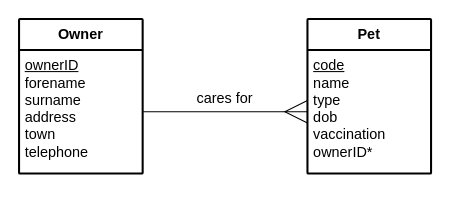
Earlier version of the draw.io diagram page "Owner" (14 of 15) of n5-cs/ddd/N5-DDD-Clydeview/assets/Diagrams/N5 DDD Clydeview.drawio (MrFriendCS/MrFriendCS.github.io). Source tidied: cells renumbered, new cells numbered last; positions are measured from the earlier drawing's top-left corner, leaving out a move shared by most shapes. Both pictures are drawn from the tidied source at 103%, with x=0, y=0 at pixel (19, 19).
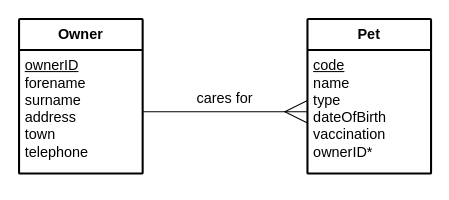
Above is the later version.

What changed in the source:
```diff
@@
 <mxGraphModel>
   <root>
     <mxCell id="0" />
     <mxCell id="1" parent="0" />
     <mxCell id="2" value="&lt;b&gt;Owner&lt;/b&gt;" style="swimlane;horizontal=1;startSize=30;rounded=1;fontSize=14;fontStyle=0;strokeWidth=2;shadow=0;dashed=0;align=center;arcSize=1;whiteSpace=wrap;html=1;fillColor=none;" parent="1" vertex="1">
       <mxGeometry width="120" height="150" as="geometry" />
     </mxCell>
     <mxCell id="3" value="&lt;font style=&quot;font-size: 14px;&quot;&gt;&lt;u style=&quot;&quot;&gt;ownerID&lt;/u&gt;&lt;br&gt;forename&lt;br&gt;surname&lt;br&gt;address&lt;br&gt;town&lt;br&gt;telephone&lt;/font&gt;" style="align=left;strokeColor=none;fillColor=none;spacingLeft=4;fontSize=12;verticalAlign=top;html=1;" parent="2" vertex="1">
       <mxGeometry y="30" width="120" height="120" as="geometry" />
     </mxCell>
     <mxCell id="4" style="edgeStyle=orthogonalEdgeStyle;rounded=0;orthogonalLoop=1;jettySize=auto;html=1;exitX=0.5;exitY=1;exitDx=0;exitDy=0;" parent="2" edge="1" source="3" target="3">
       <mxGeometry relative="1" as="geometry" />
     </mxCell>
     <mxCell id="5" value="&lt;b&gt;Pet&lt;/b&gt;" style="swimlane;horizontal=1;startSize=30;rounded=1;fontSize=14;fontStyle=0;strokeWidth=2;shadow=0;dashed=0;align=center;arcSize=1;whiteSpace=wrap;html=1;fillColor=none;" parent="1" vertex="1">
       <mxGeometry x="280" width="120" height="150" as="geometry" />
     </mxCell>
-    <mxCell id="6" value="&lt;font style=&quot;font-size: 14px;&quot;&gt;&lt;u style=&quot;&quot;&gt;code&lt;br&gt;&lt;/u&gt;name&lt;br&gt;type&lt;br&gt;dob&lt;br&gt;vaccination&lt;br&gt;ownerID*&lt;/font&gt;" style="align=left;strokeColor=none;fillColor=none;spacingLeft=4;fontSize=12;verticalAlign=top;html=1;" parent="5" vertex="1">
+    <mxCell id="6" value="&lt;font style=&quot;font-size: 14px;&quot;&gt;&lt;u style=&quot;&quot;&gt;code&lt;br&gt;&lt;/u&gt;name&lt;br&gt;type&lt;br&gt;dateOfBirth&lt;br&gt;vaccination&lt;br&gt;ownerID*&lt;/font&gt;" style="align=left;strokeColor=none;fillColor=none;spacingLeft=4;fontSize=12;verticalAlign=top;html=1;" parent="5" vertex="1">
       <mxGeometry y="30" width="120" height="120" as="geometry" />
     </mxCell>
     <mxCell id="7" style="rounded=0;jettySize=auto;html=1;exitX=1;exitY=0.5;exitDx=0;exitDy=0;entryX=0;entryY=0.5;entryDx=0;entryDy=0;endArrow=ERmany;endFill=0;endSize=20;" parent="1" edge="1" source="3" target="6">
       <mxGeometry relative="1" as="geometry" />
     </mxCell>
     <mxCell id="8" value="&lt;font style=&quot;font-size: 14px;&quot;&gt;cares for&lt;/font&gt;" style="text;html=1;align=center;verticalAlign=middle;whiteSpace=wrap;rounded=0;" parent="1" vertex="1">
       <mxGeometry x="170" y="67" width="60" height="20" as="geometry" />
     </mxCell>
   </root>
 </mxGraphModel>
```
